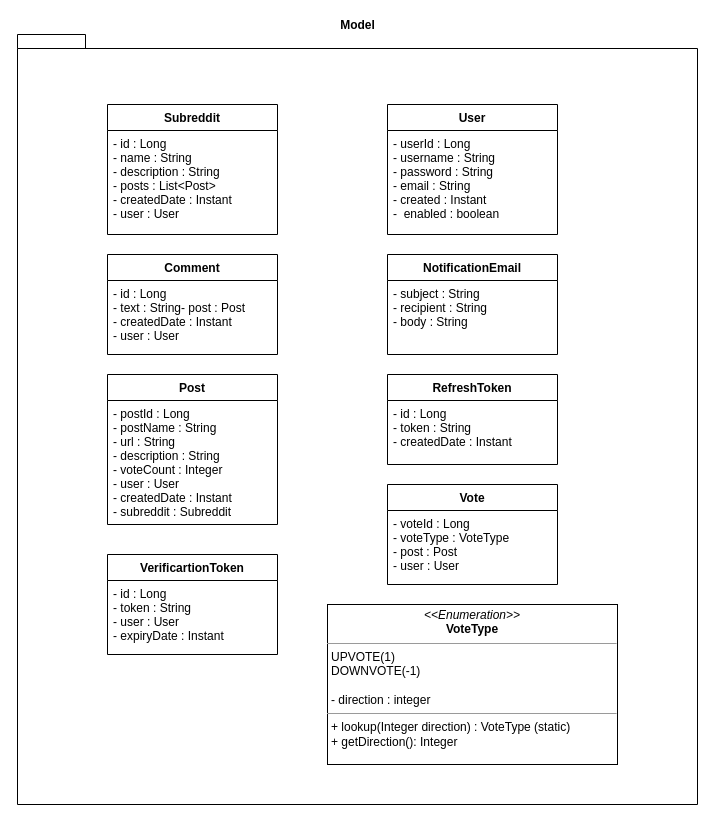
Above: page "Model" (1 of 9) of ClassDiagram.drawio in Persistent-Group6/Reddit_Clone_Backend (draw.io), before the change. Source tidied: cells renumbered, new cells numbered last; positions are measured from the earlier drawing's top-left corner, leaving out a move shared by most shapes. Both pictures are drawn from the tidied source at 100%, with x=0, y=0 at pixel (17, 34).
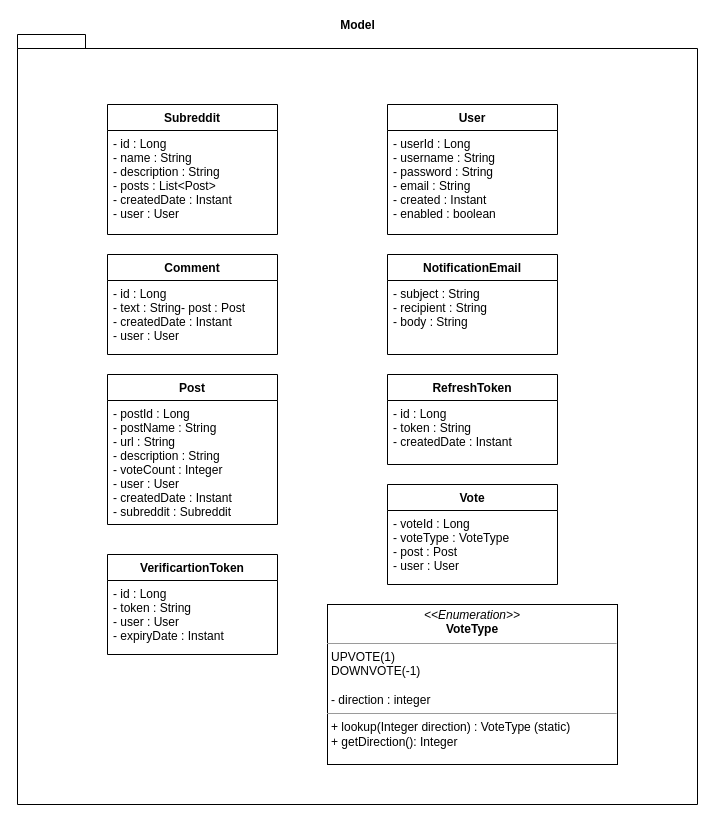
The same diagram, later.

What changed in the source:
```diff
@@
 <mxGraphModel>
   <root>
     <mxCell id="0" />
     <mxCell id="1" parent="0" />
     <mxCell id="2" value="Model" style="shape=folder;fontStyle=1;spacingTop=10;tabWidth=40;tabHeight=14;tabPosition=left;html=1;fillColor=none;labelPosition=center;verticalLabelPosition=top;align=center;verticalAlign=bottom;" parent="1" vertex="1">
       <mxGeometry width="680" height="770" as="geometry" />
     </mxCell>
     <mxCell id="3" value="Subreddit" style="swimlane;fontStyle=1;align=center;verticalAlign=top;horizontal=1;startSize=26;" parent="1" vertex="1">
       <mxGeometry x="90" y="70" width="170" height="130" as="geometry" />
     </mxCell>
     <mxCell id="4" value="- id : Long&#10;- name : String&#10;- description : String&#10;- posts : List&lt;Post&gt;&#10;- createdDate : Instant&#10;- user : User&#10;&#10;" style="text;strokeColor=none;fillColor=none;align=left;verticalAlign=top;spacingLeft=4;spacingRight=4;overflow=hidden;" parent="3" vertex="1">
       <mxGeometry y="26" width="170" height="104" as="geometry" />
     </mxCell>
     <mxCell id="5" value="User" style="swimlane;fontStyle=1;align=center;verticalAlign=top;horizontal=1;startSize=26;" parent="1" vertex="1">
       <mxGeometry x="370" y="70" width="170" height="130" as="geometry" />
     </mxCell>
-    <mxCell id="6" value="- userId : Long&#10;- username : String&#10;- password : String&#10;- email : String&#10;- created : Instant&#10;-  enabled : boolean" style="text;strokeColor=none;fillColor=none;align=left;verticalAlign=top;spacingLeft=4;spacingRight=4;overflow=hidden;" parent="5" vertex="1">
+    <mxCell id="6" value="- userId : Long&#10;- username : String&#10;- password : String&#10;- email : String&#10;- created : Instant&#10;- enabled : boolean" style="text;strokeColor=none;fillColor=none;align=left;verticalAlign=top;spacingLeft=4;spacingRight=4;overflow=hidden;" parent="5" vertex="1">
       <mxGeometry y="26" width="170" height="104" as="geometry" />
     </mxCell>
     <mxCell id="7" value="Comment" style="swimlane;fontStyle=1;align=center;verticalAlign=top;horizontal=1;startSize=26;" parent="1" vertex="1">
       <mxGeometry x="90" y="220" width="170" height="100" as="geometry" />
     </mxCell>
     <mxCell id="8" value="- id : Long &#10;- text : String- post : Post&#10;- createdDate : Instant&#10;- user : User" style="text;strokeColor=none;fillColor=none;align=left;verticalAlign=top;spacingLeft=4;spacingRight=4;overflow=hidden;" parent="7" vertex="1">
       <mxGeometry y="26" width="170" height="74" as="geometry" />
     </mxCell>
     <mxCell id="9" value="NotificationEmail" style="swimlane;fontStyle=1;align=center;verticalAlign=top;horizontal=1;startSize=26;" parent="1" vertex="1">
       <mxGeometry x="370" y="220" width="170" height="100" as="geometry" />
     </mxCell>
     <mxCell id="10" value="- subject : String&#10;- recipient : String&#10;- body : String" style="text;strokeColor=none;fillColor=none;align=left;verticalAlign=top;spacingLeft=4;spacingRight=4;overflow=hidden;" parent="9" vertex="1">
       <mxGeometry y="26" width="170" height="74" as="geometry" />
     </mxCell>
     <mxCell id="11" value="Post" style="swimlane;fontStyle=1;align=center;verticalAlign=top;horizontal=1;startSize=26;" parent="1" vertex="1">
       <mxGeometry x="90" y="340" width="170" height="150" as="geometry" />
     </mxCell>
     <mxCell id="12" value="- postId : Long&#10;- postName : String&#10;- url : String&#10;- description : String&#10;- voteCount : Integer&#10;- user : User&#10;- createdDate : Instant&#10;- subreddit : Subreddit" style="text;strokeColor=none;fillColor=none;align=left;verticalAlign=top;spacingLeft=4;spacingRight=4;overflow=hidden;" parent="11" vertex="1">
       <mxGeometry y="26" width="170" height="124" as="geometry" />
     </mxCell>
     <mxCell id="13" value="RefreshToken" style="swimlane;fontStyle=1;align=center;verticalAlign=top;horizontal=1;startSize=26;" parent="1" vertex="1">
       <mxGeometry x="370" y="340" width="170" height="90" as="geometry" />
     </mxCell>
     <mxCell id="14" value="- id : Long&#10;- token : String&#10;- createdDate : Instant" style="text;strokeColor=none;fillColor=none;align=left;verticalAlign=top;spacingLeft=4;spacingRight=4;overflow=hidden;" parent="13" vertex="1">
       <mxGeometry y="26" width="170" height="64" as="geometry" />
     </mxCell>
     <mxCell id="15" value="VerificartionToken" style="swimlane;fontStyle=1;align=center;verticalAlign=top;horizontal=1;startSize=26;" parent="1" vertex="1">
       <mxGeometry x="90" y="520" width="170" height="100" as="geometry" />
     </mxCell>
     <mxCell id="16" value="- id : Long&#10;- token : String&#10;- user : User&#10;- expiryDate : Instant" style="text;strokeColor=none;fillColor=none;align=left;verticalAlign=top;spacingLeft=4;spacingRight=4;overflow=hidden;" parent="15" vertex="1">
       <mxGeometry y="26" width="170" height="74" as="geometry" />
     </mxCell>
     <mxCell id="17" value="Vote" style="swimlane;fontStyle=1;align=center;verticalAlign=top;horizontal=1;startSize=26;" parent="1" vertex="1">
       <mxGeometry x="370" y="450" width="170" height="100" as="geometry" />
     </mxCell>
     <mxCell id="18" value="- voteId : Long  &#10;- voteType : VoteType&#10;- post : Post&#10;- user : User" style="text;strokeColor=none;fillColor=none;align=left;verticalAlign=top;spacingLeft=4;spacingRight=4;overflow=hidden;" parent="17" vertex="1">
       <mxGeometry y="26" width="170" height="74" as="geometry" />
     </mxCell>
     <mxCell id="19" value="&lt;p style=&quot;margin: 0px ; margin-top: 4px ; text-align: center&quot;&gt;&lt;i&gt;&amp;lt;&amp;lt;Enumeration&amp;gt;&amp;gt;&lt;/i&gt;&lt;br&gt;&lt;b&gt;VoteType&lt;/b&gt;&lt;br&gt;&lt;/p&gt;&lt;hr size=&quot;1&quot;&gt;&lt;p style=&quot;margin: 0px ; margin-left: 4px&quot;&gt;UPVOTE(1)&lt;/p&gt;&lt;p style=&quot;margin: 0px ; margin-left: 4px&quot;&gt;DOWNVOTE(-1)&lt;/p&gt;&lt;p style=&quot;margin: 0px ; margin-left: 4px&quot;&gt;&lt;br&gt;&lt;/p&gt;&lt;p style=&quot;margin: 0px ; margin-left: 4px&quot;&gt;- direction : integer&lt;br&gt;&lt;/p&gt;&lt;hr size=&quot;1&quot;&gt;&lt;p style=&quot;margin: 0px ; margin-left: 4px&quot;&gt;+ lookup(Integer direction) : VoteType (static)&lt;br&gt;+ getDirection(): Integer&lt;/p&gt;" style="verticalAlign=top;align=left;overflow=fill;fontSize=12;fontFamily=Helvetica;html=1;" parent="1" vertex="1">
       <mxGeometry x="310" y="570" width="290" height="160" as="geometry" />
     </mxCell>
   </root>
 </mxGraphModel>
```
